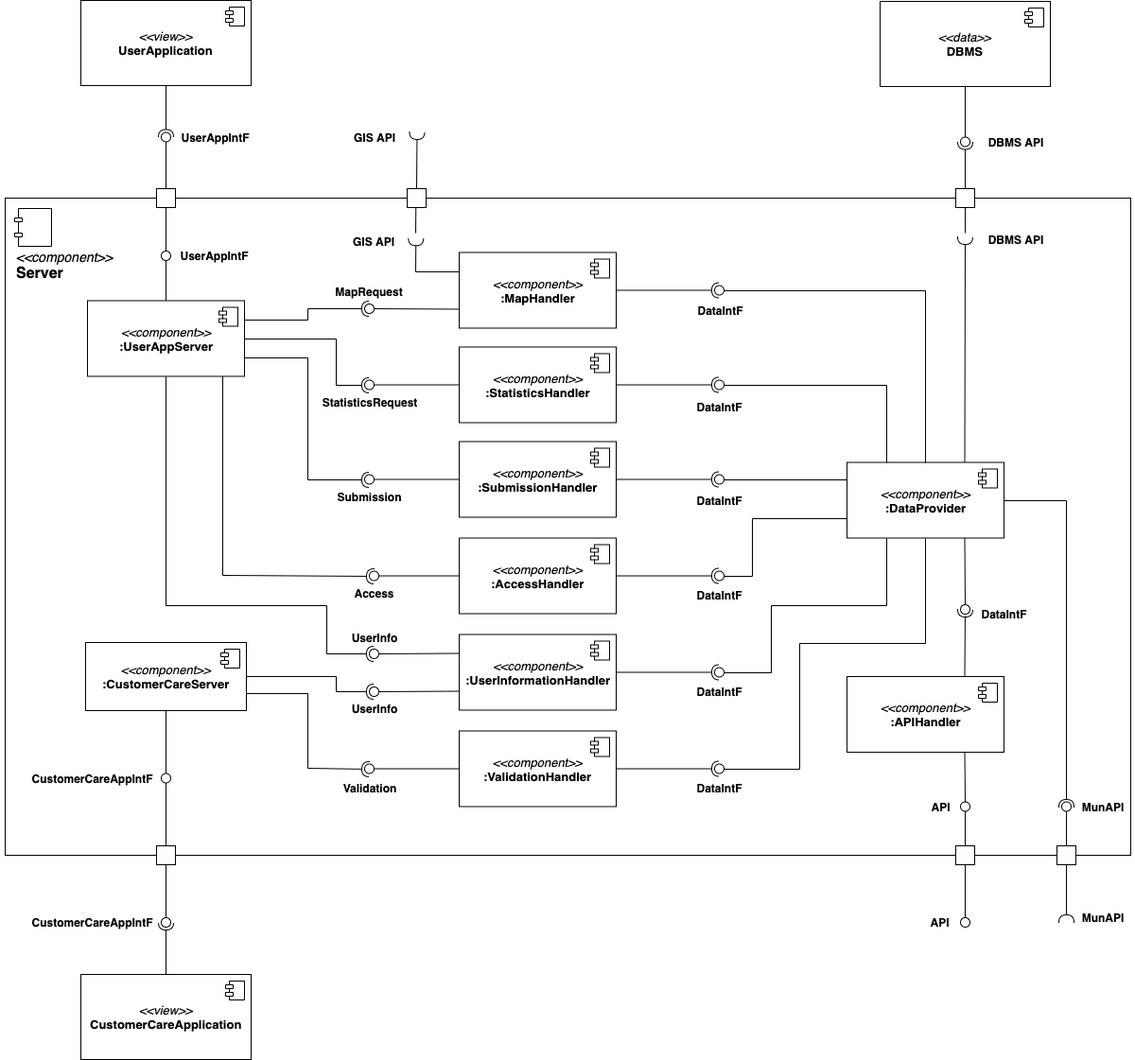
Above: Releases/DD/img/ServerComponent.png in amecava/safestreets (draw.io), before the change. Source tidied: cells renumbered, new cells last; positions are measured from the earlier drawing's top-left corner, leaving out a move shared by most shapes.
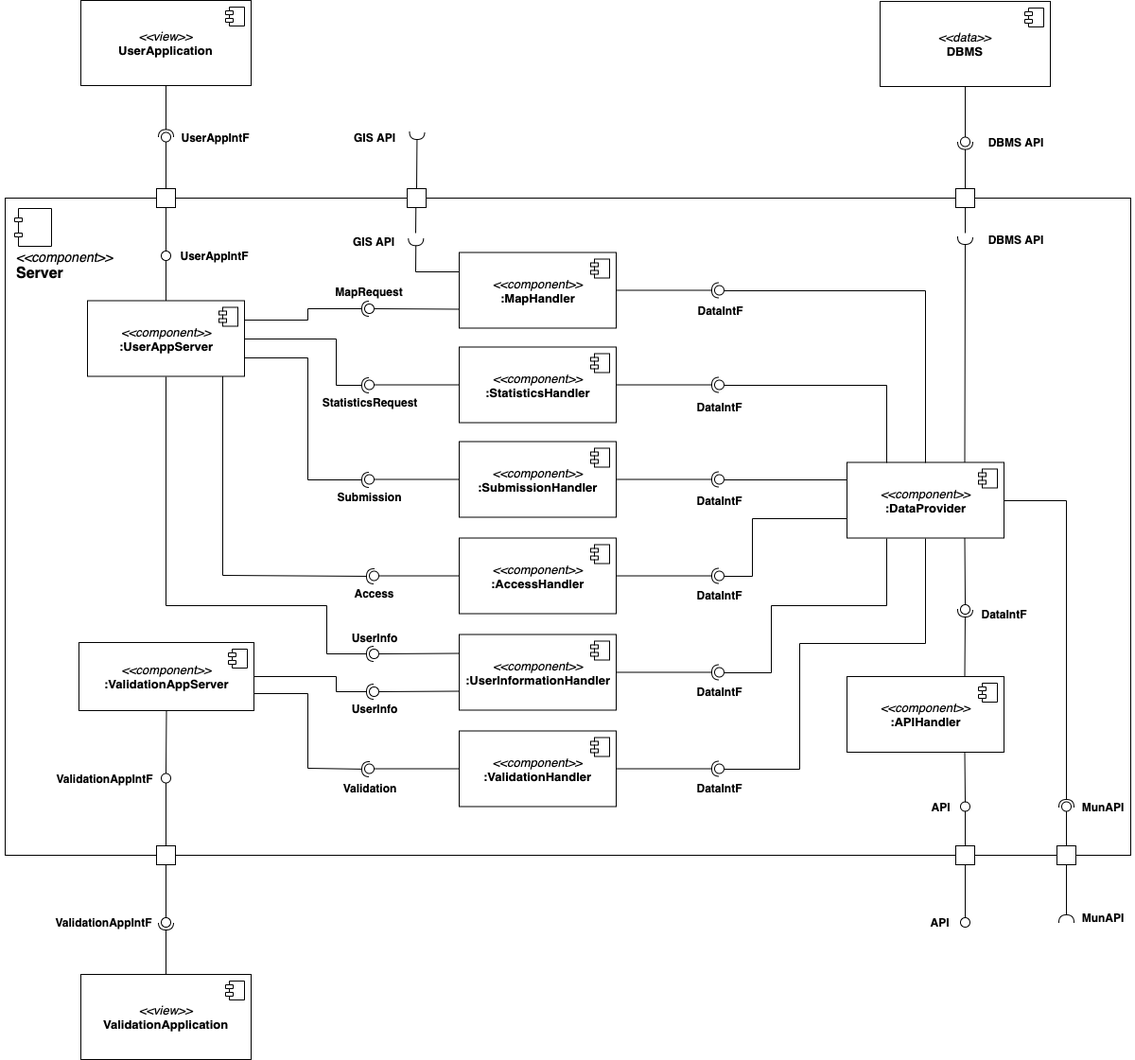
Later version of the same file.

Commit message:
Component view

Diff of the diagram source:
```diff
@@ -18,8 +18,8 @@
         <mxPoint x="-27" y="7" as="offset" />
       </mxGeometry>
     </mxCell>
-    <mxCell id="6" value="&lt;font style=&quot;font-size: 13px&quot;&gt;&lt;font style=&quot;text-align: left ; white-space: normal ; font-size: 13px&quot;&gt;&lt;i&gt;&amp;lt;&amp;lt;component&amp;gt;&amp;gt;&lt;/i&gt;&lt;br&gt;&lt;/font&gt;&lt;b style=&quot;text-align: left ; white-space: normal&quot;&gt;&lt;font style=&quot;font-size: 13px&quot;&gt;:CustomerCareServer&lt;/font&gt;&lt;/b&gt;&lt;/font&gt;" style="html=1;" parent="2" vertex="1">
-      <mxGeometry x="85" y="470" width="170" height="72" as="geometry" />
+    <mxCell id="6" value="&lt;font style=&quot;font-size: 13px&quot;&gt;&lt;font style=&quot;text-align: left ; white-space: normal ; font-size: 13px&quot;&gt;&lt;i&gt;&amp;lt;&amp;lt;component&amp;gt;&amp;gt;&lt;/i&gt;&lt;br&gt;&lt;/font&gt;&lt;b style=&quot;text-align: left ; white-space: normal&quot;&gt;&lt;font style=&quot;font-size: 13px&quot;&gt;:ValidationAppServer&lt;/font&gt;&lt;/b&gt;&lt;/font&gt;" style="html=1;" parent="2" vertex="1">
+      <mxGeometry x="78" y="470" width="185" height="72" as="geometry" />
     </mxCell>
     <mxCell id="7" style="shape=component;jettyWidth=8;jettyHeight=4;" parent="6" vertex="1">
       <mxGeometry x="1" width="20" height="20" relative="1" as="geometry">
@@ -337,8 +337,8 @@
     <mxCell id="82" value="&lt;b&gt;UserAppIntF&lt;/b&gt;" style="text;html=1;strokeColor=none;fillColor=none;align=center;verticalAlign=middle;whiteSpace=wrap;rounded=0;" parent="2" vertex="1">
       <mxGeometry x="189" y="51" width="64" height="20" as="geometry" />
     </mxCell>
-    <mxCell id="83" value="&lt;b&gt;CustomerCareAppIntF&lt;/b&gt;" style="text;html=1;strokeColor=none;fillColor=none;align=center;verticalAlign=middle;whiteSpace=wrap;rounded=0;" parent="2" vertex="1">
-      <mxGeometry x="60" y="603.5" width="64" height="20" as="geometry" />
+    <mxCell id="83" value="&lt;b&gt;ValidationAppIntF&lt;/b&gt;" style="text;html=1;strokeColor=none;fillColor=none;align=center;verticalAlign=middle;whiteSpace=wrap;rounded=0;" parent="2" vertex="1">
+      <mxGeometry x="73" y="603.5" width="64" height="20" as="geometry" />
     </mxCell>
     <mxCell id="84" value="&lt;b&gt;API&lt;/b&gt;" style="text;html=1;strokeColor=none;fillColor=none;align=center;verticalAlign=middle;whiteSpace=wrap;rounded=0;" parent="2" vertex="1">
       <mxGeometry x="970" y="633.5" width="39" height="20" as="geometry" />
@@ -388,7 +388,7 @@
     <mxCell id="99" value="&lt;b&gt;Validation&lt;br&gt;&lt;/b&gt;" style="text;html=1;strokeColor=none;fillColor=none;align=center;verticalAlign=middle;whiteSpace=wrap;rounded=0;" parent="2" vertex="1">
       <mxGeometry x="365.5" y="613.5" width="39" height="20" as="geometry" />
     </mxCell>
-    <mxCell id="100" value="&lt;font style=&quot;font-size: 13px ; text-align: left ; white-space: normal&quot;&gt;&lt;i&gt;&amp;lt;&amp;lt;view&amp;gt;&amp;gt;&lt;/i&gt;&lt;br&gt;&lt;/font&gt;&lt;b style=&quot;font-size: 13px ; text-align: left ; white-space: normal&quot;&gt;CustomerCareApplication&lt;/b&gt;" style="html=1;" parent="1" vertex="1">
+    <mxCell id="100" value="&lt;font style=&quot;font-size: 13px ; text-align: left ; white-space: normal&quot;&gt;&lt;i&gt;&amp;lt;&amp;lt;view&amp;gt;&amp;gt;&lt;/i&gt;&lt;/font&gt;&lt;b style=&quot;font-size: 13px ; text-align: left ; white-space: normal&quot;&gt;&lt;br&gt;ValidationApplication&lt;/b&gt;" style="html=1;" parent="1" vertex="1">
       <mxGeometry x="80" y="1030" width="180" height="90" as="geometry" />
     </mxCell>
     <mxCell id="101" style="shape=component;jettyWidth=8;jettyHeight=4;" parent="100" vertex="1">
@@ -494,8 +494,8 @@
     <mxCell id="130" value="&lt;b&gt;UserAppIntF&lt;/b&gt;" style="text;html=1;strokeColor=none;fillColor=none;align=center;verticalAlign=middle;whiteSpace=wrap;rounded=0;" parent="1" vertex="1">
       <mxGeometry x="190" y="134.5" width="64" height="20" as="geometry" />
     </mxCell>
-    <mxCell id="131" value="&lt;b&gt;CustomerCareAppIntF&lt;/b&gt;" style="text;html=1;strokeColor=none;fillColor=none;align=center;verticalAlign=middle;whiteSpace=wrap;rounded=0;" parent="1" vertex="1">
-      <mxGeometry x="60" y="965" width="64" height="20" as="geometry" />
+    <mxCell id="131" value="&lt;b&gt;ValidationAppIntF&lt;/b&gt;" style="text;html=1;strokeColor=none;fillColor=none;align=center;verticalAlign=middle;whiteSpace=wrap;rounded=0;" parent="1" vertex="1">
+      <mxGeometry x="72" y="965" width="64" height="20" as="geometry" />
     </mxCell>
     <mxCell id="132" value="&lt;b&gt;API&lt;/b&gt;" style="text;html=1;strokeColor=none;fillColor=none;align=center;verticalAlign=middle;whiteSpace=wrap;rounded=0;" parent="1" vertex="1">
       <mxGeometry x="969" y="965" width="39" height="20" as="geometry" />
```
